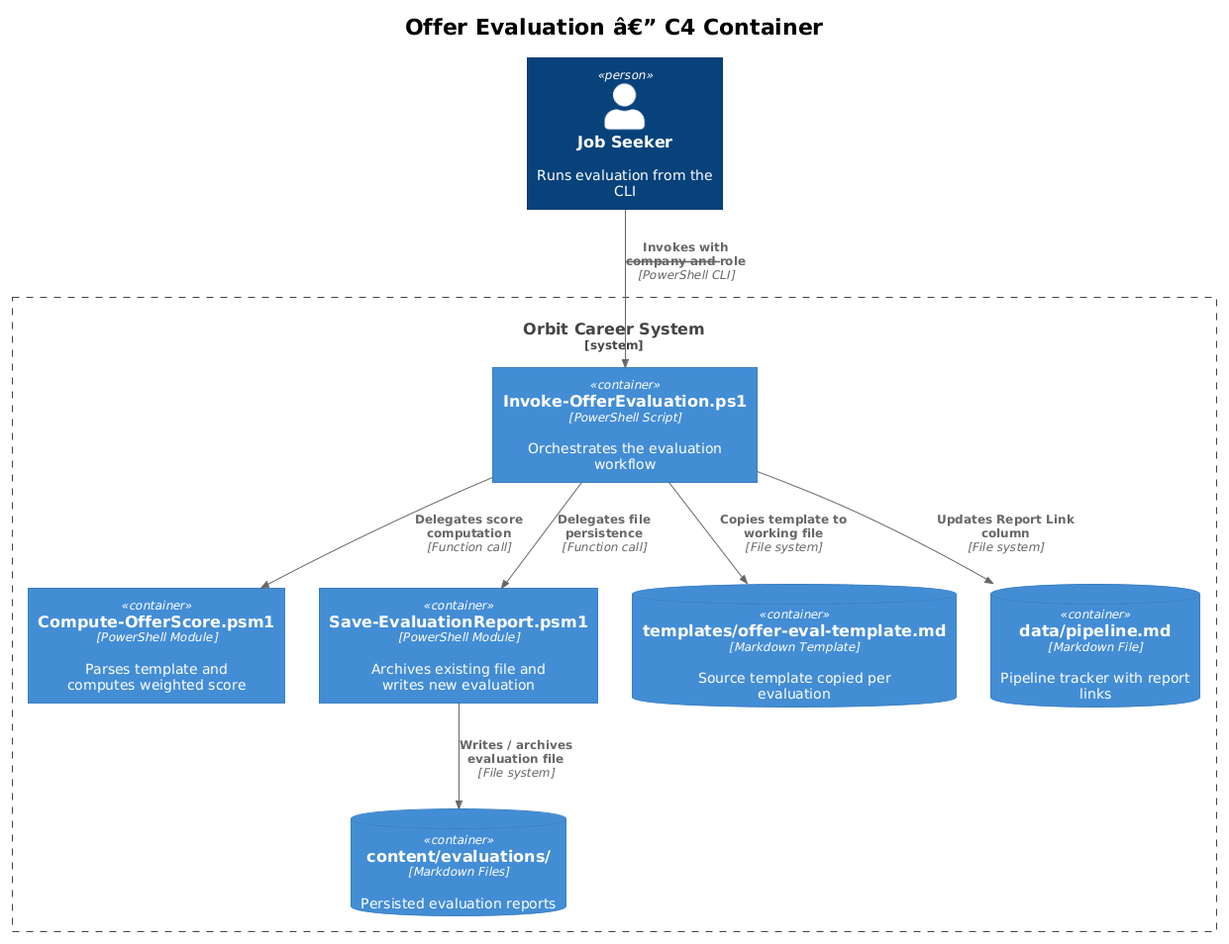
The PlantUML diagram docs/detailed-designs/04-offer-evaluation/diagrams/c4_container.png in QuinntyneBrown/Orbit, before a commit.
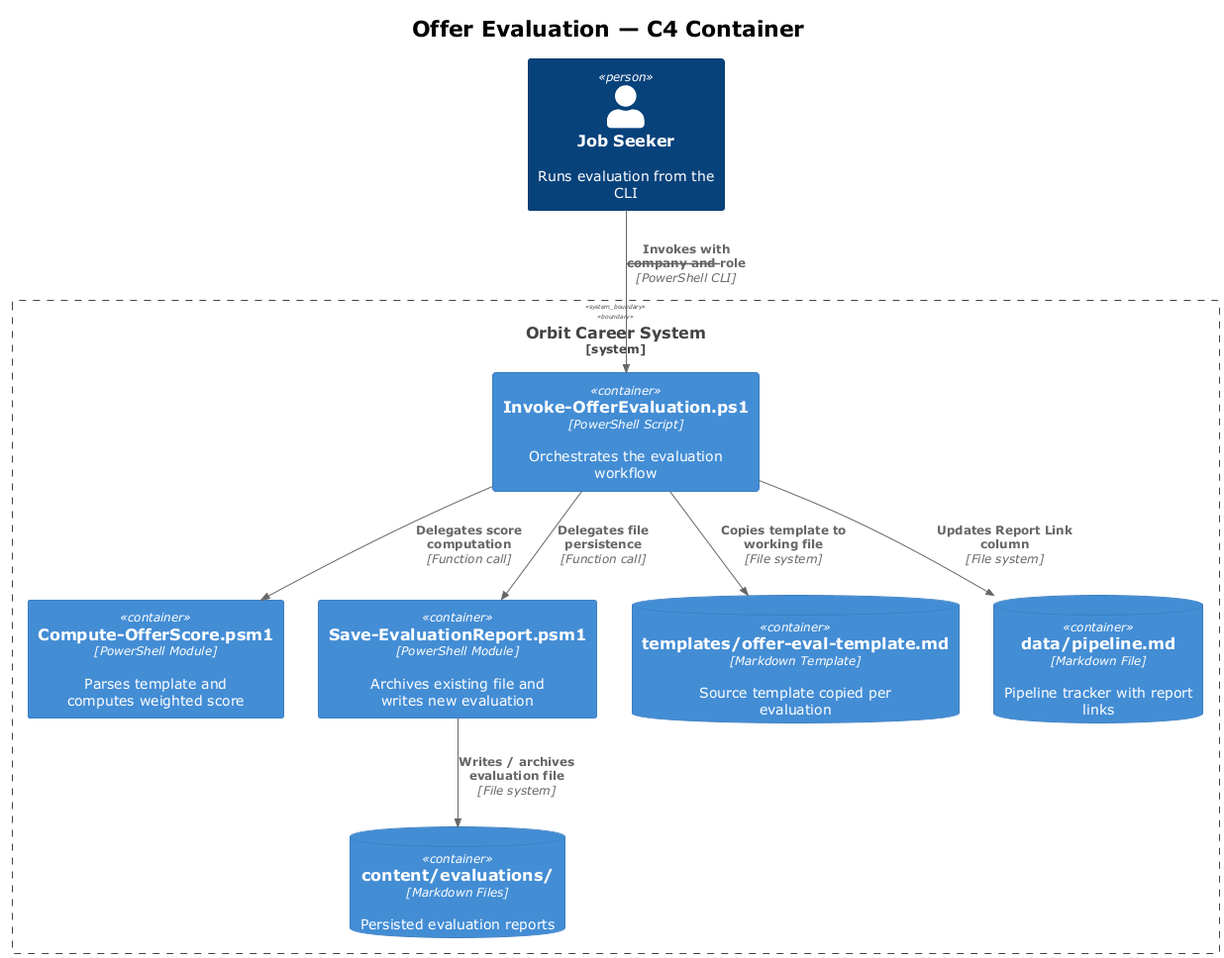
Later version of the same file.

Diff of the diagram source:
```diff
@@ -1,8 +1,8 @@
-@startuml
+@startuml c4_container
 !theme plain
 !include <C4/C4_Container>
 
-title Offer Evaluation â€” C4 Container
+title Offer Evaluation — C4 Container
 
 Person(user, "Job Seeker", "Runs evaluation from the CLI")
 
@@ -21,4 +21,5 @@
 Rel(evalScript, saveModule, "Delegates file persistence", "Function call")
 Rel(saveModule, evalStore, "Writes / archives evaluation file", "File system")
 Rel(evalScript, pipeline, "Updates Report Link column", "File system")
+
 @enduml
```
